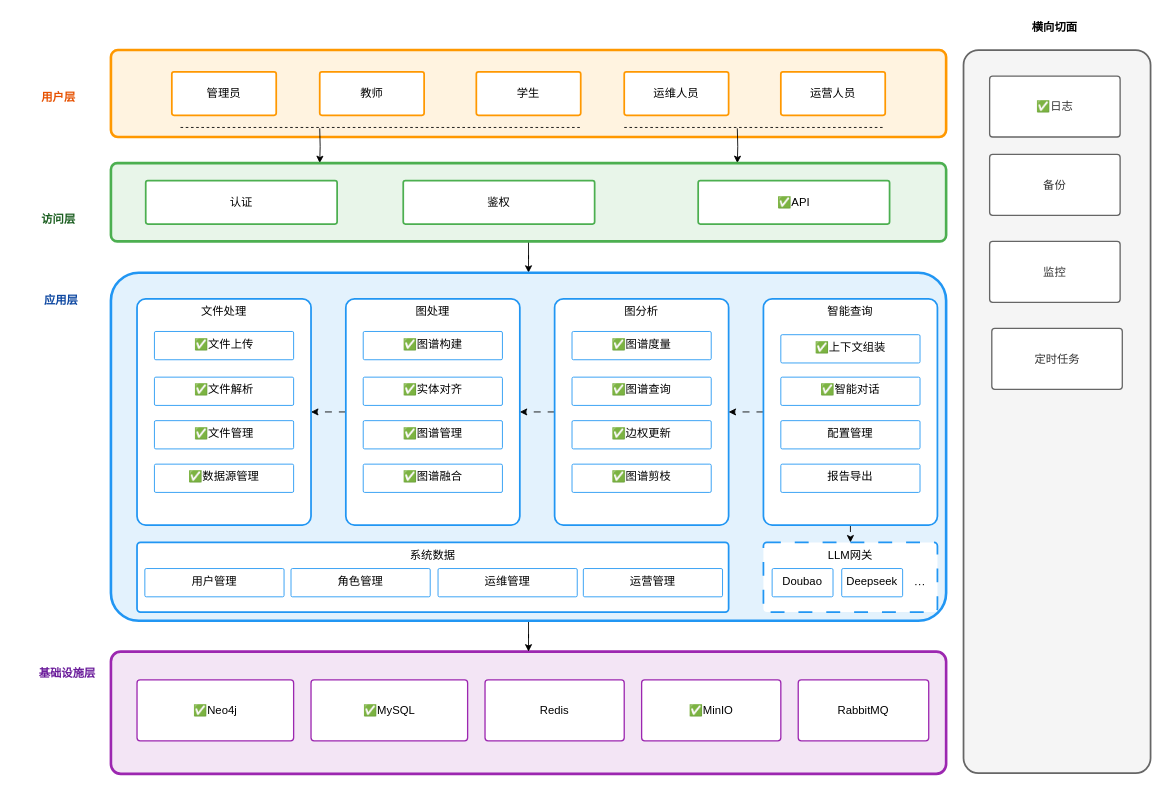
The draw.io diagram docs/design-view/dev-view/diagrams/structure/layered-architecture.drawio in Eliauk-L/GraphNexus, before the edit. Source tidied: cells renumbered, new cells numbered last; positions are measured from the earlier drawing's top-left corner, leaving out a move shared by most shapes. Both pictures are drawn from the tidied source at 87%, with x=0, y=0 at pixel (15, 15).
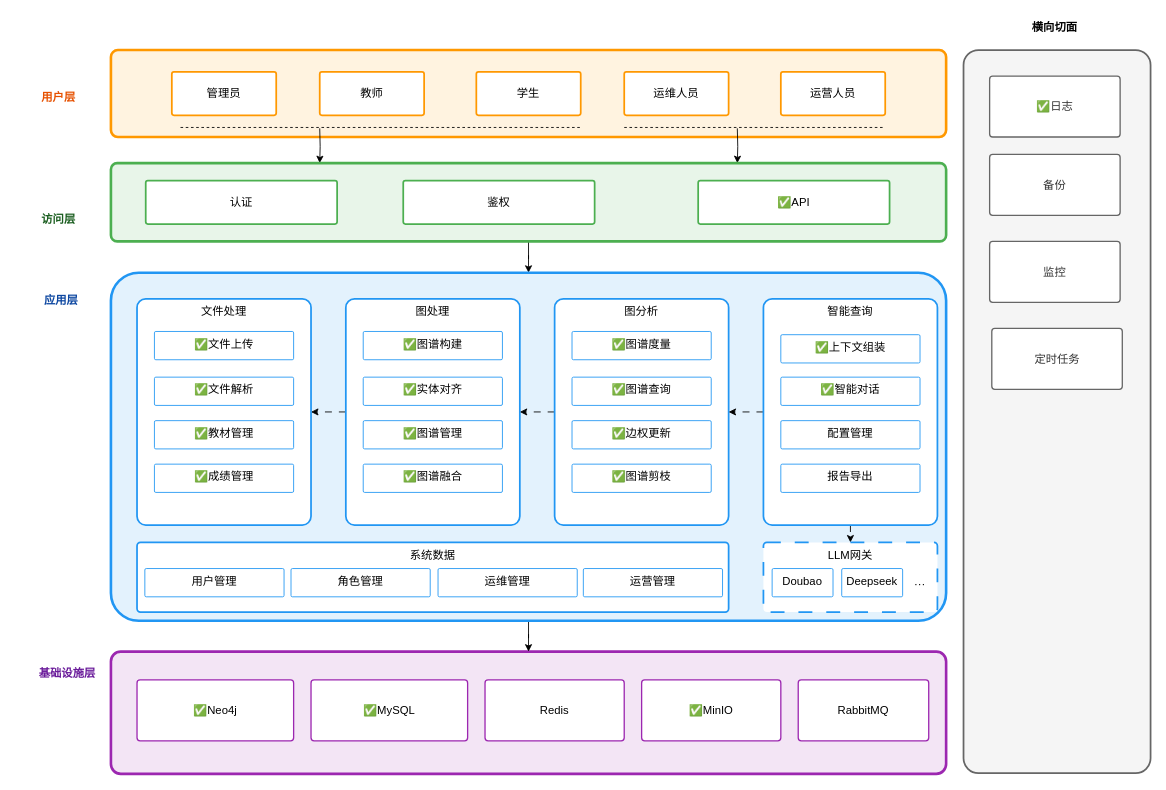
After the change.

What changed in the source:
```diff
@@
-    <mxCell id="44" value="✅文件管理" style="rounded=1;whiteSpace=wrap;fillColor=#ffffff;strokeColor=#2196F3;strokeWidth=1;fontSize=13;arcSize=5;align=center;verticalAlign=top;" parent="1" vertex="1">
+    <mxCell id="44" value="✅教材管理" style="rounded=1;whiteSpace=wrap;fillColor=#ffffff;strokeColor=#2196F3;strokeWidth=1;fontSize=13;arcSize=5;align=center;verticalAlign=top;" parent="1" vertex="1">
       <mxGeometry x="160" y="466" width="160" height="32.5" as="geometry" />
     </mxCell>
@@
-    <mxCell id="54" value="✅数据源管理" style="rounded=1;whiteSpace=wrap;fillColor=#ffffff;strokeColor=#2196F3;strokeWidth=1;fontSize=13;arcSize=5;align=center;verticalAlign=top;" parent="1" vertex="1">
+    <mxCell id="54" value="✅成绩管理" style="rounded=1;whiteSpace=wrap;fillColor=#ffffff;strokeColor=#2196F3;strokeWidth=1;fontSize=13;arcSize=5;align=center;verticalAlign=top;" parent="1" vertex="1">
       <mxGeometry x="160" y="516" width="160" height="32.5" as="geometry" />
     </mxCell>
```
